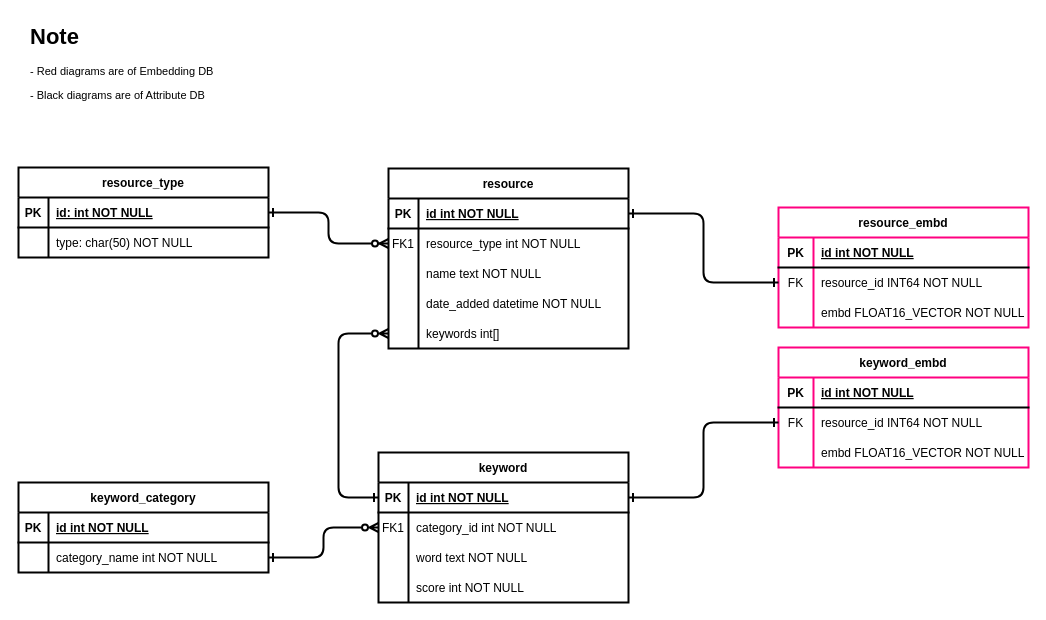
Above: page "db-schema" (7 of 7) of visual-retriever/system-diagram.drawio in hoanghl/xbutler-document (draw.io), before the change. Source tidied: cells renumbered, new cells numbered last; positions are measured from the earlier drawing's top-left corner, leaving out a move shared by most shapes. Both pictures are drawn from the tidied source at 100%, with x=0, y=0 at pixel (18, 17).
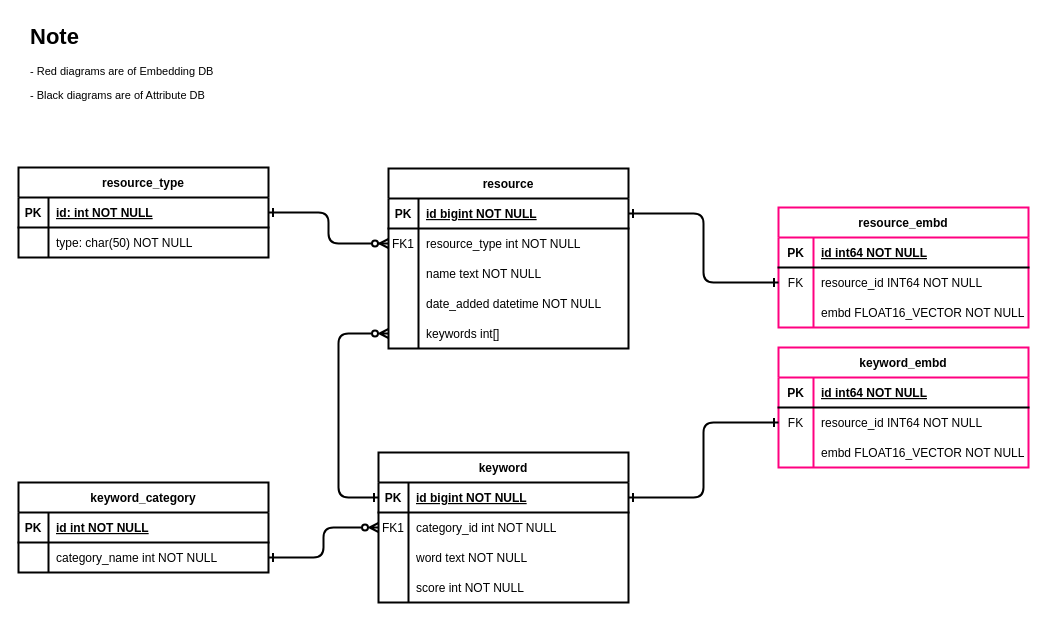
The same page after the edit.

Unchanged cells that the change refers to:
```xml
<mxCell id="4" style="shape=partialRectangle;fillColor=none;points=[[0,0.5],[1,0.5]];portConstraint=eastwest;top=0;left=0;right=0;bottom=1;strokeWidth=2;" parent="3" vertex="1">
  <mxGeometry y="30" width="240" height="30" as="geometry" />
</mxCell>
<mxCell id="27" style="shape=partialRectangle;fillColor=none;top=0;left=0;right=0;bottom=1;strokeWidth=2;" parent="26" vertex="1">
  <mxGeometry y="30" width="250" height="30" as="geometry" />
</mxCell>
<mxCell id="38" style="shape=partialRectangle;fillColor=none;points=[[0,0.5],[1,0.5]];portConstraint=eastwest;top=0;left=0;right=0;bottom=1;strokeWidth=2;" parent="37" vertex="1">
  <mxGeometry y="30" width="250" height="30" as="geometry" />
</mxCell>
<mxCell id="60" style="shape=partialRectangle;fillColor=none;top=0;left=0;right=0;bottom=1;strokeWidth=2;" parent="59" vertex="1">
  <mxGeometry y="30" width="250" height="30" as="geometry" />
</mxCell>
```

Change to the diagram source:
```diff
@@
-    <mxCell id="6" value="id int NOT NULL " style="shape=partialRectangle;overflow=hidden;fillColor=none;top=0;left=0;bottom=0;right=0;align=left;spacingLeft=6;fontStyle=5;strokeWidth=2;" parent="4" vertex="1">
+    <mxCell id="6" value="id bigint NOT NULL " style="shape=partialRectangle;overflow=hidden;fillColor=none;top=0;left=0;bottom=0;right=0;align=left;spacingLeft=6;fontStyle=5;strokeWidth=2;" parent="4" vertex="1">
       <mxGeometry x="30" width="210" height="30" as="geometry" />
     </mxCell>
@@
-    <mxCell id="29" value="id int NOT NULL " style="shape=partialRectangle;overflow=hidden;fillColor=none;top=0;left=0;bottom=0;right=0;align=left;spacingLeft=6;fontStyle=5;strokeWidth=2;" parent="27" vertex="1">
+    <mxCell id="29" value="id int64 NOT NULL " style="shape=partialRectangle;overflow=hidden;fillColor=none;top=0;left=0;bottom=0;right=0;align=left;spacingLeft=6;fontStyle=5;strokeWidth=2;" parent="27" vertex="1">
       <mxGeometry x="35" width="215" height="30" as="geometry" />
     </mxCell>
@@
-    <mxCell id="40" value="id int NOT NULL " style="shape=partialRectangle;overflow=hidden;fillColor=none;top=0;left=0;bottom=0;right=0;align=left;spacingLeft=6;fontStyle=5;strokeWidth=2;" parent="38" vertex="1">
+    <mxCell id="40" value="id bigint NOT NULL " style="shape=partialRectangle;overflow=hidden;fillColor=none;top=0;left=0;bottom=0;right=0;align=left;spacingLeft=6;fontStyle=5;strokeWidth=2;" parent="38" vertex="1">
       <mxGeometry x="30" width="220" height="30" as="geometry" />
     </mxCell>
@@
-    <mxCell id="62" value="id int NOT NULL " style="shape=partialRectangle;overflow=hidden;fillColor=none;top=0;left=0;bottom=0;right=0;align=left;spacingLeft=6;fontStyle=5;strokeWidth=2;" parent="60" vertex="1">
+    <mxCell id="62" value="id int64 NOT NULL " style="shape=partialRectangle;overflow=hidden;fillColor=none;top=0;left=0;bottom=0;right=0;align=left;spacingLeft=6;fontStyle=5;strokeWidth=2;" parent="60" vertex="1">
       <mxGeometry x="35" width="215" height="30" as="geometry" />
     </mxCell>
```
